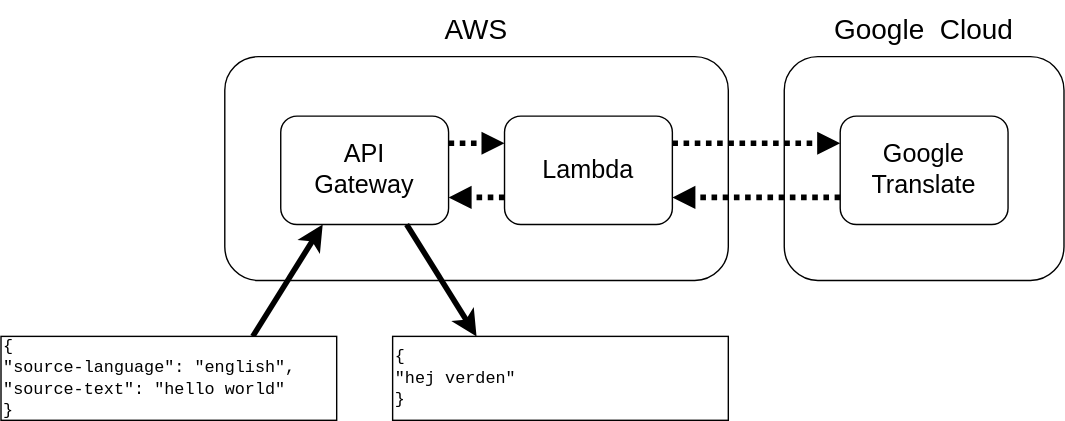
JavaanseHZ/pulumi-aws-lambda-infra keeps this draw.io diagram as infra.drawio.svg. Above is the earlier version. Source tidied: cells renumbered, new cells last; positions are measured from the earlier drawing's top-left corner, leaving out a move shared by most shapes.
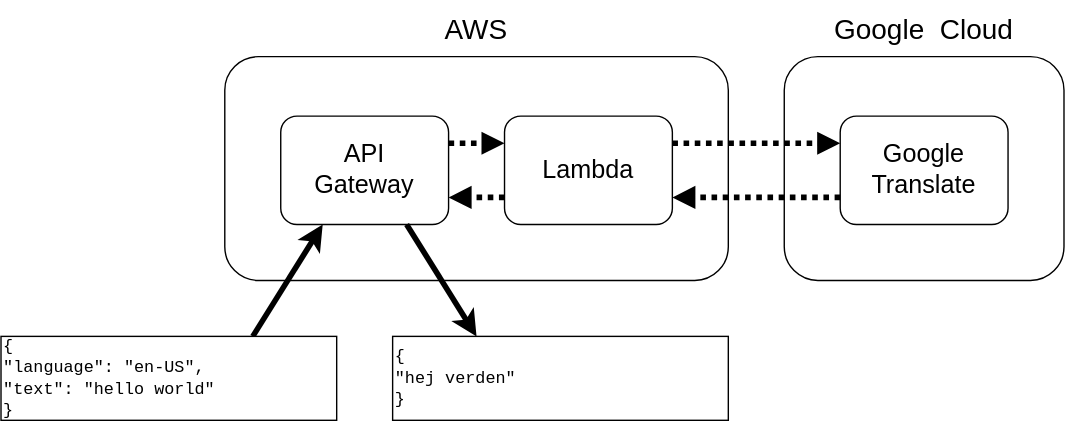
After the change.

Commit message:
chore: comments & formatting

What changed in the source:
```diff
@@ -32,7 +32,7 @@
     <mxCell id="11" style="endArrow=classic;html=1;entryX=0.25;entryY=1;entryDx=0;entryDy=0;strokeWidth=4;exitX=0.75;exitY=0;exitDx=0;exitDy=0;" parent="1" edge="1" source="12" target="3">
       <mxGeometry relative="1" as="geometry" />
     </mxCell>
-    <mxCell id="12" value="&lt;font face=&quot;Courier New&quot;&gt;{&lt;/font&gt;&lt;div&gt;&lt;font face=&quot;Courier New&quot;&gt;&amp;nbsp; &quot;source-language&quot;: &quot;english&quot;,&lt;/font&gt;&lt;/div&gt;&lt;div&gt;&lt;font face=&quot;Courier New&quot;&gt;&amp;nbsp; &quot;source-text&quot;: &quot;hello world&quot;&lt;/font&gt;&lt;/div&gt;&lt;div&gt;&lt;font face=&quot;Courier New&quot;&gt;}&lt;/font&gt;&lt;/div&gt;" style="rounded=0;whiteSpace=wrap;html=1;align=left;" parent="1" vertex="1">
+    <mxCell id="12" value="&lt;font face=&quot;Courier New&quot;&gt;{&lt;/font&gt;&lt;div&gt;&lt;font face=&quot;Courier New&quot;&gt;&amp;nbsp; &quot;language&quot;: &quot;en-US&quot;,&lt;/font&gt;&lt;/div&gt;&lt;div&gt;&lt;font face=&quot;Courier New&quot;&gt;&amp;nbsp; &quot;text&quot;: &quot;hello world&quot;&lt;/font&gt;&lt;/div&gt;&lt;div&gt;&lt;font face=&quot;Courier New&quot;&gt;}&lt;/font&gt;&lt;/div&gt;" style="rounded=0;whiteSpace=wrap;html=1;align=left;" parent="1" vertex="1">
       <mxGeometry y="240" width="240" height="60" as="geometry" />
     </mxCell>
     <mxCell id="13" style="endArrow=block;startArrow=none;html=1;startFill=0;exitX=0;exitY=0.75;exitDx=0;exitDy=0;entryX=1;entryY=0.75;entryDx=0;entryDy=0;strokeWidth=4;endFill=1;jumpStyle=none;dashed=1;dashPattern=1 1;" parent="1" edge="1" source="6" target="4">
```
